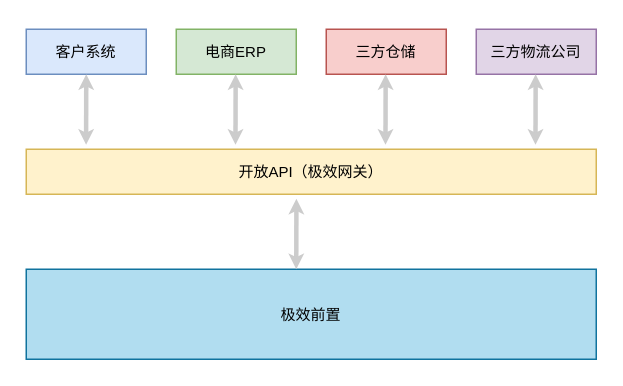
The draw.io diagram page "极效前置接入" (1 of 5) of Untitled Diagram.drawio in vvhard/draw_io, before the edit. Source tidied: cells renumbered, new cells numbered last; positions are measured from the earlier drawing's top-left corner, leaving out a move shared by most shapes. Both pictures are drawn from the tidied source at 150%, with x=0, y=0 at pixel (26, 28).
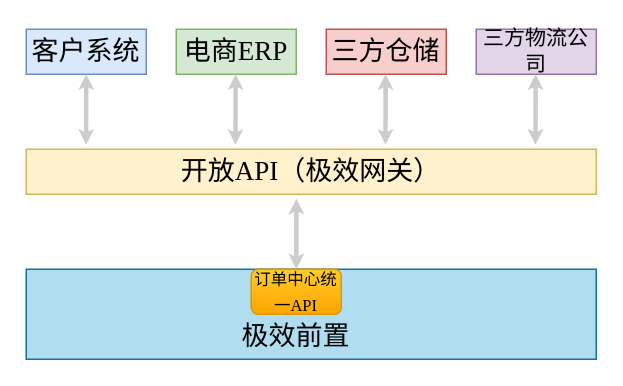
The same diagram, later.

Diff of the diagram source:
```diff
@@
 <mxGraphModel>
   <root>
     <mxCell id="0" />
     <mxCell id="1" parent="0" />
-    <mxCell id="2" value="客户系统" style="rounded=0;whiteSpace=wrap;html=1;fontFamily=Helvetica;fontSize=10;fillColor=#dae8fc;strokeColor=#6c8ebf;" parent="1" vertex="1">
+    <mxCell id="2" value="&lt;font face=&quot;Times New Roman&quot; style=&quot;font-size: 18px;&quot;&gt;客户系统&lt;/font&gt;" style="rounded=0;whiteSpace=wrap;html=1;fontFamily=Helvetica;fontSize=10;fillColor=#dae8fc;strokeColor=#6c8ebf;" parent="1" vertex="1">
       <mxGeometry width="80" height="30" as="geometry" />
     </mxCell>
-    <mxCell id="3" value="电商ERP" style="rounded=0;whiteSpace=wrap;html=1;fontFamily=Helvetica;fontSize=10;fillColor=#d5e8d4;strokeColor=#82b366;" parent="1" vertex="1">
+    <mxCell id="3" value="&lt;font face=&quot;Times New Roman&quot; style=&quot;font-size: 18px;&quot;&gt;电商ERP&lt;/font&gt;" style="rounded=0;whiteSpace=wrap;html=1;fontFamily=Helvetica;fontSize=10;fillColor=#d5e8d4;strokeColor=#82b366;" parent="1" vertex="1">
       <mxGeometry x="100" width="80" height="30" as="geometry" />
     </mxCell>
-    <mxCell id="4" value="三方仓储" style="rounded=0;whiteSpace=wrap;html=1;fontFamily=Helvetica;fontSize=10;fillColor=#f8cecc;strokeColor=#b85450;" parent="1" vertex="1">
+    <mxCell id="4" value="&lt;font style=&quot;font-size: 18px;&quot; face=&quot;Times New Roman&quot;&gt;三方仓储&lt;/font&gt;" style="rounded=0;whiteSpace=wrap;html=1;fontFamily=Helvetica;fontSize=10;fillColor=#f8cecc;strokeColor=#b85450;" parent="1" vertex="1">
       <mxGeometry x="200" width="80" height="30" as="geometry" />
     </mxCell>
-    <mxCell id="5" value="三方物流公司" style="rounded=0;whiteSpace=wrap;html=1;fontFamily=Helvetica;fontSize=10;fillColor=#e1d5e7;strokeColor=#9673a6;" parent="1" vertex="1">
+    <mxCell id="5" value="&lt;font style=&quot;font-size: 14px;&quot; face=&quot;Times New Roman&quot;&gt;三方物流公司&lt;/font&gt;" style="rounded=0;whiteSpace=wrap;html=1;fontFamily=Helvetica;fontSize=10;fillColor=#e1d5e7;strokeColor=#9673a6;" parent="1" vertex="1">
       <mxGeometry x="300" width="80" height="30" as="geometry" />
     </mxCell>
-    <mxCell id="6" value="开放API（极效网关）" style="rounded=0;whiteSpace=wrap;html=1;fontFamily=Helvetica;fontSize=10;fillColor=#fff2cc;strokeColor=#d6b656;" parent="1" vertex="1">
+    <mxCell id="6" value="&lt;font face=&quot;Times New Roman&quot; style=&quot;font-size: 18px;&quot;&gt;开放API（极效网关）&lt;/font&gt;" style="rounded=0;whiteSpace=wrap;html=1;fontFamily=Helvetica;fontSize=10;fillColor=#fff2cc;strokeColor=#d6b656;" parent="1" vertex="1">
       <mxGeometry y="80" width="380" height="30" as="geometry" />
     </mxCell>
-    <mxCell id="7" value="极效前置" style="rounded=0;whiteSpace=wrap;html=1;fontFamily=Helvetica;fontSize=10;fillColor=#b1ddf0;strokeColor=#10739e;" parent="1" vertex="1">
+    <mxCell id="7" style="rounded=0;whiteSpace=wrap;html=1;fontFamily=Helvetica;fontSize=10;fillColor=#b1ddf0;strokeColor=#10739e;" parent="1" vertex="1">
       <mxGeometry y="160" width="380" height="60" as="geometry" />
     </mxCell>
     <mxCell id="8" style="endArrow=classic;startArrow=classic;html=1;rounded=0;fontFamily=Helvetica;fontSize=10;fontColor=default;startSize=1;endSize=1;strokeWidth=3;exitX=0.105;exitY=-0.1;exitDx=0;exitDy=0;exitPerimeter=0;entryX=0.5;entryY=1;entryDx=0;entryDy=0;strokeColor=#CCCCCC;" parent="1" edge="1" source="6" target="2">
       <mxGeometry relative="1" as="geometry" />
     </mxCell>
     <mxCell id="9" style="endArrow=classic;startArrow=classic;html=1;rounded=0;fontFamily=Helvetica;fontSize=10;fontColor=default;startSize=1;endSize=1;strokeWidth=3;exitX=0.105;exitY=-0.1;exitDx=0;exitDy=0;exitPerimeter=0;entryX=0.5;entryY=1;entryDx=0;entryDy=0;strokeColor=#CCCCCC;" parent="1" edge="1">
       <mxGeometry relative="1" as="geometry">
         <mxPoint x="139.5" y="77" as="sourcePoint" />
         <mxPoint x="139.6" y="30" as="targetPoint" />
       </mxGeometry>
     </mxCell>
     <mxCell id="10" style="endArrow=classic;startArrow=classic;html=1;rounded=0;fontFamily=Helvetica;fontSize=10;fontColor=default;startSize=1;endSize=1;strokeWidth=3;exitX=0.105;exitY=-0.1;exitDx=0;exitDy=0;exitPerimeter=0;entryX=0.5;entryY=1;entryDx=0;entryDy=0;strokeColor=#CCCCCC;" parent="1" edge="1">
       <mxGeometry relative="1" as="geometry">
         <mxPoint x="239.5" y="77" as="sourcePoint" />
         <mxPoint x="239.6" y="30" as="targetPoint" />
       </mxGeometry>
     </mxCell>
     <mxCell id="11" style="endArrow=classic;startArrow=classic;html=1;rounded=0;fontFamily=Helvetica;fontSize=10;fontColor=default;startSize=1;endSize=1;strokeWidth=3;exitX=0.105;exitY=-0.1;exitDx=0;exitDy=0;exitPerimeter=0;entryX=0.5;entryY=1;entryDx=0;entryDy=0;strokeColor=#CCCCCC;" parent="1" edge="1">
       <mxGeometry relative="1" as="geometry">
         <mxPoint x="339.5" y="77" as="sourcePoint" />
         <mxPoint x="339.6" y="30" as="targetPoint" />
       </mxGeometry>
     </mxCell>
     <mxCell id="12" style="endArrow=classic;startArrow=classic;html=1;rounded=0;fontFamily=Helvetica;fontSize=10;fontColor=default;startSize=1;endSize=1;strokeWidth=3;exitX=0.105;exitY=-0.1;exitDx=0;exitDy=0;exitPerimeter=0;entryX=0.5;entryY=1;entryDx=0;entryDy=0;strokeColor=#CCCCCC;" parent="1" edge="1">
       <mxGeometry relative="1" as="geometry">
         <mxPoint x="180" y="160" as="sourcePoint" />
         <mxPoint x="180.1" y="113" as="targetPoint" />
       </mxGeometry>
     </mxCell>
+    <mxCell id="13" value="&lt;font style=&quot;font-size: 11px;&quot;&gt;订单中心统一API&lt;/font&gt;" style="rounded=1;whiteSpace=wrap;html=1;fontFamily=Times New Roman;fontSize=14;fillColor=#ffcd28;strokeColor=#d79b00;gradientColor=#ffa500;" parent="1" vertex="1">
+      <mxGeometry x="150" y="160" width="60" height="30" as="geometry" />
+    </mxCell>
+    <mxCell id="14" value="&lt;font style=&quot;font-size: 18px;&quot;&gt;极效前置&lt;/font&gt;" style="text;html=1;strokeColor=none;fillColor=none;align=center;verticalAlign=middle;whiteSpace=wrap;rounded=0;fontFamily=Times New Roman;fontSize=11;" parent="1" vertex="1">
+      <mxGeometry x="135" y="190" width="90" height="30" as="geometry" />
+    </mxCell>
   </root>
 </mxGraphModel>
```
